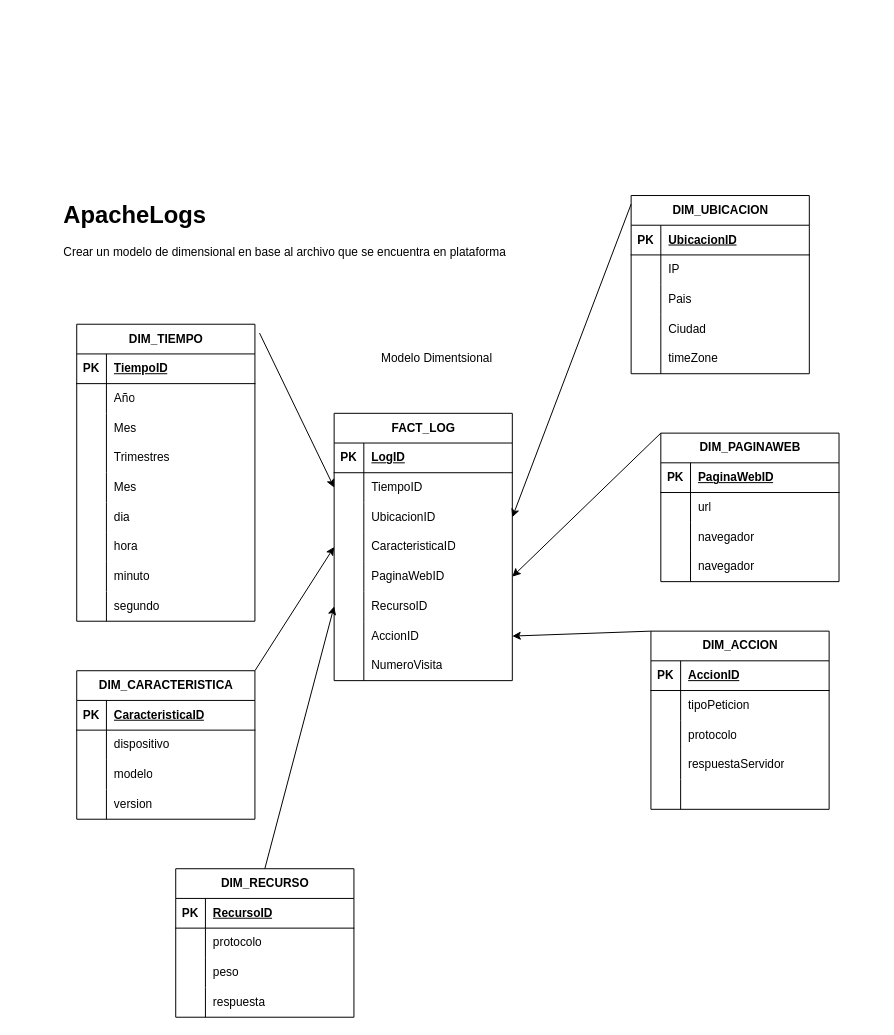
Above: apache_log.drawio in itslourdes/lourdesvaca (draw.io), before the change. Source tidied: cells renumbered, new cells numbered last; positions are measured from the earlier drawing's top-left corner, leaving out a move shared by most shapes. Both pictures are drawn from the tidied source at 99%, with x=0, y=0 at pixel (58, 195).
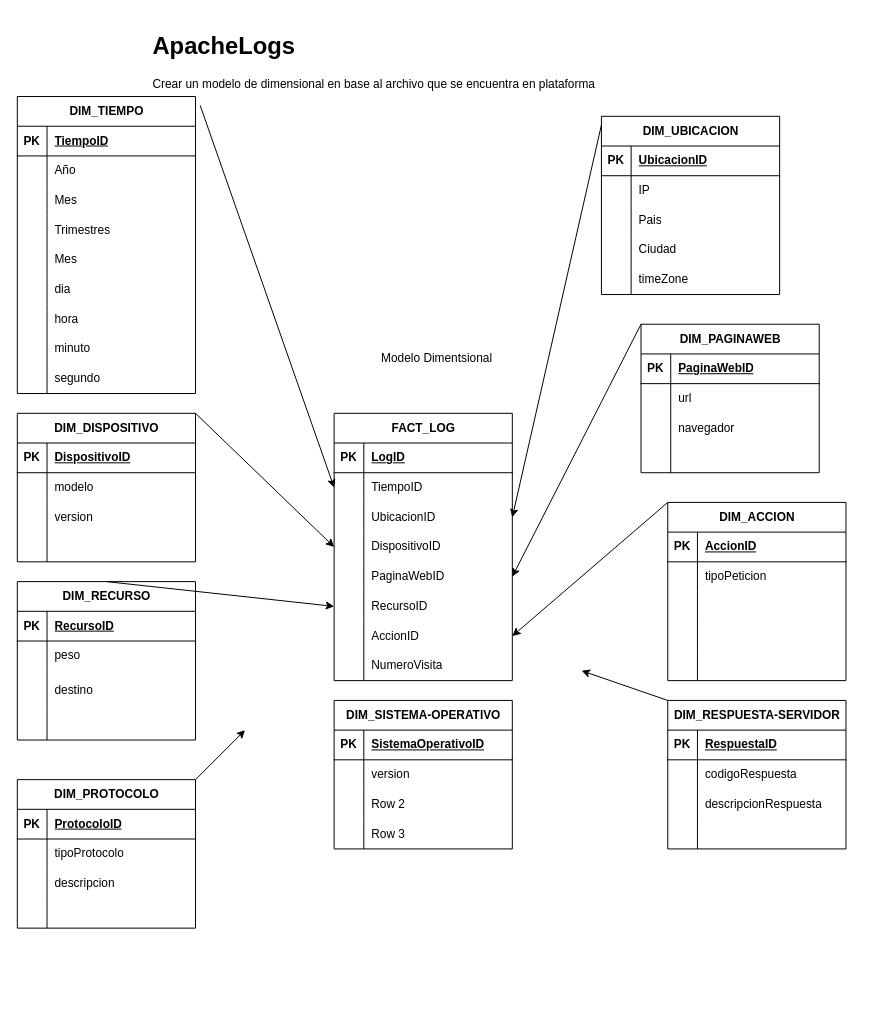
The same page after the edit.

The change refers to these unchanged cells:
```xml
<mxCell id="40" style="shape=tableRow;horizontal=0;startSize=0;swimlaneHead=0;swimlaneBody=0;fillColor=none;points=[[0,0.5],[1,0.5]];portConstraint=eastwest;top=0;left=0;right=0;bottom=0;" parent="30" vertex="1">
  <mxGeometry y="120" width="180" height="30" as="geometry" />
</mxCell>
<mxCell id="78" style="shape=tableRow;horizontal=0;startSize=0;swimlaneHead=0;swimlaneBody=0;fillColor=none;top=0;left=0;right=0;bottom=0;" parent="71" vertex="1">
  <mxGeometry y="90" width="180" height="30" as="geometry" />
</mxCell>
<mxCell id="81" style="shape=tableRow;horizontal=0;startSize=0;swimlaneHead=0;swimlaneBody=0;fillColor=none;top=0;left=0;right=0;bottom=0;" parent="71" vertex="1">
  <mxGeometry y="120" width="180" height="30" as="geometry" />
</mxCell>
<mxCell id="88" style="shape=tableRow;horizontal=0;startSize=0;swimlaneHead=0;swimlaneBody=0;fillColor=none;top=0;left=0;right=0;bottom=1;" parent="87" vertex="1">
  <mxGeometry y="30" width="180" height="30" as="geometry" />
</mxCell>
<mxCell id="91" style="shape=tableRow;horizontal=0;startSize=0;swimlaneHead=0;swimlaneBody=0;fillColor=none;top=0;left=0;right=0;bottom=0;" parent="87" vertex="1">
  <mxGeometry y="60" width="180" height="30" as="geometry" />
</mxCell>
<mxCell id="94" style="shape=tableRow;horizontal=0;startSize=0;swimlaneHead=0;swimlaneBody=0;fillColor=none;top=0;left=0;right=0;bottom=0;" parent="87" vertex="1">
  <mxGeometry y="90" width="180" height="30" as="geometry" />
</mxCell>
<mxCell id="97" style="shape=tableRow;horizontal=0;startSize=0;swimlaneHead=0;swimlaneBody=0;fillColor=none;top=0;left=0;right=0;bottom=0;" parent="87" vertex="1">
  <mxGeometry y="120" width="180" height="30" as="geometry" />
</mxCell>
<mxCell id="110" style="shape=tableRow;horizontal=0;startSize=0;swimlaneHead=0;swimlaneBody=0;fillColor=none;top=0;left=0;right=0;bottom=0;" parent="100" vertex="1">
  <mxGeometry y="120" width="180" height="30" as="geometry" />
</mxCell>
<mxCell id="124" style="shape=tableRow;horizontal=0;startSize=0;swimlaneHead=0;swimlaneBody=0;fillColor=none;top=0;left=0;right=0;bottom=0;" parent="120" vertex="1">
  <mxGeometry y="60" width="180" height="30" as="geometry" />
</mxCell>
```

Diff of the diagram source:
```diff
@@
     <mxCell id="2" value="DIM_TIEMPO" style="shape=table;startSize=30;childLayout=tableLayout;rowLines=0;fontStyle=1;align=center;html=1;" parent="1" vertex="1">
-      <mxGeometry x="18" y="130" width="180" height="300" as="geometry" />
+      <mxGeometry x="-42" y="-100" width="180" height="300" as="geometry" />
     </mxCell>
@@
-    <mxCell id="42" value="CaracteristicaID" style="shape=partialRectangle;fillColor=none;top=0;left=0;bottom=0;right=0;align=left;spacingLeft=6;overflow=hidden;whiteSpace=wrap;html=1;" parent="40" vertex="1">
+    <mxCell id="42" value="DispositivoID" style="shape=partialRectangle;fillColor=none;top=0;left=0;bottom=0;right=0;align=left;spacingLeft=6;overflow=hidden;whiteSpace=wrap;html=1;" parent="40" vertex="1">
       <mxGeometry x="30" width="150" height="30" as="geometry" />
     </mxCell>
@@
     <mxCell id="55" value="DIM_UBICACION" style="shape=table;startSize=30;childLayout=tableLayout;rowLines=0;fontStyle=1;align=center;html=1;" parent="1" vertex="1">
-      <mxGeometry x="578" width="180" height="180" as="geometry" />
+      <mxGeometry x="548" y="-80" width="180" height="180" as="geometry" />
     </mxCell>
@@
     <mxCell id="71" value="DIM_ACCION" style="shape=table;startSize=30;childLayout=tableLayout;rowLines=0;fontStyle=1;align=center;html=1;" parent="1" vertex="1">
-      <mxGeometry x="598" y="440" width="180" height="180" as="geometry" />
+      <mxGeometry x="615" y="310" width="180" height="180" as="geometry" />
     </mxCell>
@@
-    <mxCell id="80" value="protocolo" style="shape=partialRectangle;fillColor=none;top=0;left=0;bottom=0;right=0;align=left;spacingLeft=6;overflow=hidden;whiteSpace=wrap;html=1;" parent="78" vertex="1">
+    <mxCell id="80" style="shape=partialRectangle;fillColor=none;top=0;left=0;bottom=0;right=0;align=left;spacingLeft=6;overflow=hidden;whiteSpace=wrap;html=1;" parent="78" vertex="1">
       <mxGeometry x="30" width="150" height="30" as="geometry" />
     </mxCell>
@@
-    <mxCell id="83" value="respuestaServidor" style="shape=partialRectangle;fillColor=none;top=0;left=0;bottom=0;right=0;align=left;spacingLeft=6;overflow=hidden;whiteSpace=wrap;html=1;" parent="81" vertex="1">
+    <mxCell id="83" style="shape=partialRectangle;fillColor=none;top=0;left=0;bottom=0;right=0;align=left;spacingLeft=6;overflow=hidden;whiteSpace=wrap;html=1;" parent="81" vertex="1">
       <mxGeometry x="30" width="150" height="30" as="geometry" />
     </mxCell>
@@
-    <mxCell id="87" value="DIM_CARACTERISTICA" style="shape=table;startSize=30;childLayout=tableLayout;rowLines=0;fontStyle=1;align=center;html=1;" parent="1" vertex="1">
-      <mxGeometry x="18" y="480" width="180" height="150" as="geometry" />
+    <mxCell id="87" value="DIM_DISPOSITIVO" style="shape=table;startSize=30;childLayout=tableLayout;rowLines=0;fontStyle=1;align=center;html=1;" parent="1" vertex="1">
+      <mxGeometry x="-42" y="220" width="180" height="150" as="geometry" />
     </mxCell>
@@
-    <mxCell id="90" value="CaracteristicaID" style="shape=partialRectangle;fillColor=none;top=0;left=0;bottom=0;right=0;align=left;spacingLeft=6;fontStyle=5;overflow=hidden;whiteSpace=wrap;html=1;" parent="88" vertex="1">
+    <mxCell id="90" value="DispositivoID" style="shape=partialRectangle;fillColor=none;top=0;left=0;bottom=0;right=0;align=left;spacingLeft=6;fontStyle=5;overflow=hidden;whiteSpace=wrap;html=1;" parent="88" vertex="1">
       <mxGeometry x="30" width="150" height="30" as="geometry" />
     </mxCell>
@@
-    <mxCell id="93" value="dispositivo" style="shape=partialRectangle;fillColor=none;top=0;left=0;bottom=0;right=0;align=left;spacingLeft=6;overflow=hidden;whiteSpace=wrap;html=1;" parent="91" vertex="1">
+    <mxCell id="93" value="modelo" style="shape=partialRectangle;fillColor=none;top=0;left=0;bottom=0;right=0;align=left;spacingLeft=6;overflow=hidden;whiteSpace=wrap;html=1;" parent="91" vertex="1">
       <mxGeometry x="30" width="150" height="30" as="geometry" />
     </mxCell>
@@
-    <mxCell id="96" value="modelo" style="shape=partialRectangle;fillColor=none;top=0;left=0;bottom=0;right=0;align=left;spacingLeft=6;overflow=hidden;whiteSpace=wrap;html=1;" parent="94" vertex="1">
+    <mxCell id="96" value="version" style="shape=partialRectangle;fillColor=none;top=0;left=0;bottom=0;right=0;align=left;spacingLeft=6;overflow=hidden;whiteSpace=wrap;html=1;" parent="94" vertex="1">
       <mxGeometry x="30" width="150" height="30" as="geometry" />
     </mxCell>
@@
-    <mxCell id="99" value="version" style="shape=partialRectangle;fillColor=none;top=0;left=0;bottom=0;right=0;align=left;spacingLeft=6;overflow=hidden;whiteSpace=wrap;html=1;" parent="97" vertex="1">
+    <mxCell id="99" style="shape=partialRectangle;fillColor=none;top=0;left=0;bottom=0;right=0;align=left;spacingLeft=6;overflow=hidden;whiteSpace=wrap;html=1;" parent="97" vertex="1">
       <mxGeometry x="30" width="150" height="30" as="geometry" />
     </mxCell>
     <mxCell id="100" value="DIM_PAGINAWEB" style="shape=table;startSize=30;childLayout=tableLayout;rowLines=0;fontStyle=1;align=center;html=1;" parent="1" vertex="1">
-      <mxGeometry x="608" y="240" width="180" height="150" as="geometry" />
+      <mxGeometry x="588" y="130" width="180" height="150" as="geometry" />
     </mxCell>
@@
-    <mxCell id="112" value="navegador" style="shape=partialRectangle;fillColor=none;top=0;left=0;bottom=0;right=0;align=left;spacingLeft=6;overflow=hidden;whiteSpace=wrap;html=1;" parent="110" vertex="1">
+    <mxCell id="112" style="shape=partialRectangle;fillColor=none;top=0;left=0;bottom=0;right=0;align=left;spacingLeft=6;overflow=hidden;whiteSpace=wrap;html=1;" parent="110" vertex="1">
       <mxGeometry x="30" width="150" height="30" as="geometry" />
     </mxCell>
@@
     <mxCell id="119" value="&lt;h1&gt;ApacheLogs&lt;/h1&gt;&lt;p&gt;Crear un modelo de dimensional en base al archivo que se encuentra en plataforma&lt;/p&gt;" style="text;html=1;strokeColor=none;fillColor=none;spacing=5;spacingTop=-20;whiteSpace=wrap;overflow=hidden;rounded=0;" parent="1" vertex="1">
-      <mxGeometry width="736" height="120" as="geometry" />
+      <mxGeometry x="90" y="-170" width="736" height="120" as="geometry" />
     </mxCell>
     <mxCell id="120" value="DIM_RECURSO" style="shape=table;startSize=30;childLayout=tableLayout;rowLines=0;fontStyle=1;align=center;html=1;" parent="1" vertex="1">
-      <mxGeometry x="118" y="680" width="180" height="150" as="geometry" />
+      <mxGeometry x="-42" y="390" width="180" height="160" as="geometry" />
     </mxCell>
@@
-    <mxCell id="126" value="protocolo" style="shape=partialRectangle;fillColor=none;top=0;left=0;bottom=0;right=0;align=left;spacingLeft=6;overflow=hidden;whiteSpace=wrap;html=1;" parent="124" vertex="1">
+    <mxCell id="126" value="peso" style="shape=partialRectangle;fillColor=none;top=0;left=0;bottom=0;right=0;align=left;spacingLeft=6;overflow=hidden;whiteSpace=wrap;html=1;" parent="124" vertex="1">
       <mxGeometry x="30" width="150" height="30" as="geometry" />
     </mxCell>
     <mxCell id="127" style="shape=tableRow;horizontal=0;startSize=0;swimlaneHead=0;swimlaneBody=0;fillColor=none;top=0;left=0;right=0;bottom=0;" parent="120" vertex="1">
-      <mxGeometry y="90" width="180" height="30" as="geometry" />
+      <mxGeometry y="90" width="180" height="40" as="geometry" />
     </mxCell>
     <mxCell id="128" style="shape=partialRectangle;fillColor=none;top=0;left=0;bottom=0;right=0;overflow=hidden;whiteSpace=wrap;html=1;" parent="127" vertex="1">
-      <mxGeometry width="30" height="30" as="geometry" />
+      <mxGeometry width="30" height="40" as="geometry" />
     </mxCell>
-    <mxCell id="129" value="peso" style="shape=partialRectangle;fillColor=none;top=0;left=0;bottom=0;right=0;align=left;spacingLeft=6;overflow=hidden;whiteSpace=wrap;html=1;" parent="127" vertex="1">
-      <mxGeometry x="30" width="150" height="30" as="geometry" />
+    <mxCell id="129" value="destino" style="shape=partialRectangle;fillColor=none;top=0;left=0;bottom=0;right=0;align=left;spacingLeft=6;overflow=hidden;whiteSpace=wrap;html=1;" parent="127" vertex="1">
+      <mxGeometry x="30" width="150" height="40" as="geometry" />
     </mxCell>
     <mxCell id="130" style="shape=tableRow;horizontal=0;startSize=0;swimlaneHead=0;swimlaneBody=0;fillColor=none;top=0;left=0;right=0;bottom=0;" parent="120" vertex="1">
-      <mxGeometry y="120" width="180" height="30" as="geometry" />
+      <mxGeometry y="130" width="180" height="30" as="geometry" />
     </mxCell>
@@
-    <mxCell id="132" value="respuesta" style="shape=partialRectangle;fillColor=none;top=0;left=0;bottom=0;right=0;align=left;spacingLeft=6;overflow=hidden;whiteSpace=wrap;html=1;" parent="130" vertex="1">
+    <mxCell id="132" style="shape=partialRectangle;fillColor=none;top=0;left=0;bottom=0;right=0;align=left;spacingLeft=6;overflow=hidden;whiteSpace=wrap;html=1;" parent="130" vertex="1">
       <mxGeometry x="30" width="150" height="30" as="geometry" />
     </mxCell>
@@
+    <mxCell id="134" style="endArrow=classic;html=1;rounded=0;exitX=0;exitY=0;exitDx=0;exitDy=0;" parent="1" edge="1" source="149">
+      <mxGeometry relative="1" as="geometry">
+        <mxPoint x="528" y="480" as="targetPoint" />
+      </mxGeometry>
+    </mxCell>
+    <mxCell id="135" style="endArrow=classic;html=1;rounded=0;exitX=1;exitY=0;exitDx=0;exitDy=0;" parent="1" edge="1" source="136">
+      <mxGeometry relative="1" as="geometry">
+        <mxPoint x="188" y="540" as="targetPoint" />
+      </mxGeometry>
+    </mxCell>
+    <mxCell id="136" value="DIM_PROTOCOLO" style="shape=table;startSize=30;childLayout=tableLayout;rowLines=0;fontStyle=1;align=center;html=1;" parent="1" vertex="1">
+      <mxGeometry x="-42" y="590" width="180" height="150" as="geometry" />
+    </mxCell>
+    <mxCell id="137" style="shape=tableRow;horizontal=0;startSize=0;swimlaneHead=0;swimlaneBody=0;fillColor=none;top=0;left=0;right=0;bottom=1;" parent="136" vertex="1">
+      <mxGeometry y="30" width="180" height="30" as="geometry" />
+    </mxCell>
+    <mxCell id="138" value="PK" style="shape=partialRectangle;fillColor=none;top=0;left=0;bottom=0;right=0;fontStyle=1;overflow=hidden;whiteSpace=wrap;html=1;" parent="137" vertex="1">
+      <mxGeometry width="30" height="30" as="geometry" />
+    </mxCell>
+    <mxCell id="139" value="ProtocoloID" style="shape=partialRectangle;fillColor=none;top=0;left=0;bottom=0;right=0;align=left;spacingLeft=6;fontStyle=5;overflow=hidden;whiteSpace=wrap;html=1;" parent="137" vertex="1">
+      <mxGeometry x="30" width="150" height="30" as="geometry" />
+    </mxCell>
+    <mxCell id="140" style="shape=tableRow;horizontal=0;startSize=0;swimlaneHead=0;swimlaneBody=0;fillColor=none;top=0;left=0;right=0;bottom=0;" parent="136" vertex="1">
+      <mxGeometry y="60" width="180" height="30" as="geometry" />
+    </mxCell>
+    <mxCell id="141" style="shape=partialRectangle;fillColor=none;top=0;left=0;bottom=0;right=0;overflow=hidden;whiteSpace=wrap;html=1;" parent="140" vertex="1">
+      <mxGeometry width="30" height="30" as="geometry" />
+    </mxCell>
+    <mxCell id="142" value="tipoProtocolo" style="shape=partialRectangle;fillColor=none;top=0;left=0;bottom=0;right=0;align=left;spacingLeft=6;overflow=hidden;whiteSpace=wrap;html=1;" parent="140" vertex="1">
+      <mxGeometry x="30" width="150" height="30" as="geometry" />
+    </mxCell>
+    <mxCell id="143" style="shape=tableRow;horizontal=0;startSize=0;swimlaneHead=0;swimlaneBody=0;fillColor=none;top=0;left=0;right=0;bottom=0;" parent="136" vertex="1">
+      <mxGeometry y="90" width="180" height="30" as="geometry" />
+    </mxCell>
+    <mxCell id="144" style="shape=partialRectangle;fillColor=none;top=0;left=0;bottom=0;right=0;overflow=hidden;whiteSpace=wrap;html=1;" parent="143" vertex="1">
+      <mxGeometry width="30" height="30" as="geometry" />
+    </mxCell>
+    <mxCell id="145" value="descripcion" style="shape=partialRectangle;fillColor=none;top=0;left=0;bottom=0;right=0;align=left;spacingLeft=6;overflow=hidden;whiteSpace=wrap;html=1;" parent="143" vertex="1">
+      <mxGeometry x="30" width="150" height="30" as="geometry" />
+    </mxCell>
+    <mxCell id="146" style="shape=tableRow;horizontal=0;startSize=0;swimlaneHead=0;swimlaneBody=0;fillColor=none;top=0;left=0;right=0;bottom=0;" parent="136" vertex="1">
+      <mxGeometry y="120" width="180" height="30" as="geometry" />
+    </mxCell>
+    <mxCell id="147" style="shape=partialRectangle;fillColor=none;top=0;left=0;bottom=0;right=0;overflow=hidden;whiteSpace=wrap;html=1;" parent="146" vertex="1">
+      <mxGeometry width="30" height="30" as="geometry" />
+    </mxCell>
+    <mxCell id="148" style="shape=partialRectangle;fillColor=none;top=0;left=0;bottom=0;right=0;align=left;spacingLeft=6;overflow=hidden;whiteSpace=wrap;html=1;" parent="146" vertex="1">
+      <mxGeometry x="30" width="150" height="30" as="geometry" />
+    </mxCell>
+    <mxCell id="149" value="DIM_RESPUESTA-SERVIDOR" style="shape=table;startSize=30;childLayout=tableLayout;rowLines=0;fontStyle=1;align=center;html=1;" parent="1" vertex="1">
+      <mxGeometry x="615" y="510" width="180" height="150" as="geometry" />
+    </mxCell>
+    <mxCell id="150" style="shape=tableRow;horizontal=0;startSize=0;swimlaneHead=0;swimlaneBody=0;fillColor=none;top=0;left=0;right=0;bottom=1;" parent="149" vertex="1">
+      <mxGeometry y="30" width="180" height="30" as="geometry" />
+    </mxCell>
+    <mxCell id="151" value="PK" style="shape=partialRectangle;fillColor=none;top=0;left=0;bottom=0;right=0;fontStyle=1;overflow=hidden;whiteSpace=wrap;html=1;" parent="150" vertex="1">
+      <mxGeometry width="30" height="30" as="geometry" />
+    </mxCell>
+    <mxCell id="152" value="RespuestaID" style="shape=partialRectangle;fillColor=none;top=0;left=0;bottom=0;right=0;align=left;spacingLeft=6;fontStyle=5;overflow=hidden;whiteSpace=wrap;html=1;" parent="150" vertex="1">
+      <mxGeometry x="30" width="150" height="30" as="geometry" />
+    </mxCell>
+    <mxCell id="153" style="shape=tableRow;horizontal=0;startSize=0;swimlaneHead=0;swimlaneBody=0;fillColor=none;top=0;left=0;right=0;bottom=0;" parent="149" vertex="1">
+      <mxGeometry y="60" width="180" height="30" as="geometry" />
+    </mxCell>
+    <mxCell id="154" style="shape=partialRectangle;fillColor=none;top=0;left=0;bottom=0;right=0;overflow=hidden;whiteSpace=wrap;html=1;" parent="153" vertex="1">
+      <mxGeometry width="30" height="30" as="geometry" />
+    </mxCell>
+    <mxCell id="155" value="codigoRespuesta" style="shape=partialRectangle;fillColor=none;top=0;left=0;bottom=0;right=0;align=left;spacingLeft=6;overflow=hidden;whiteSpace=wrap;html=1;" parent="153" vertex="1">
+      <mxGeometry x="30" width="150" height="30" as="geometry" />
+    </mxCell>
+    <mxCell id="156" style="shape=tableRow;horizontal=0;startSize=0;swimlaneHead=0;swimlaneBody=0;fillColor=none;top=0;left=0;right=0;bottom=0;" parent="149" vertex="1">
+      <mxGeometry y="90" width="180" height="30" as="geometry" />
+    </mxCell>
+    <mxCell id="157" style="shape=partialRectangle;fillColor=none;top=0;left=0;bottom=0;right=0;overflow=hidden;whiteSpace=wrap;html=1;" parent="156" vertex="1">
+      <mxGeometry width="30" height="30" as="geometry" />
+    </mxCell>
+    <mxCell id="158" value="descripcionRespuesta" style="shape=partialRectangle;fillColor=none;top=0;left=0;bottom=0;right=0;align=left;spacingLeft=6;overflow=hidden;whiteSpace=wrap;html=1;" parent="156" vertex="1">
+      <mxGeometry x="30" width="150" height="30" as="geometry" />
+    </mxCell>
+    <mxCell id="159" style="shape=tableRow;horizontal=0;startSize=0;swimlaneHead=0;swimlaneBody=0;fillColor=none;top=0;left=0;right=0;bottom=0;" parent="149" vertex="1">
+      <mxGeometry y="120" width="180" height="30" as="geometry" />
+    </mxCell>
+    <mxCell id="160" style="shape=partialRectangle;fillColor=none;top=0;left=0;bottom=0;right=0;overflow=hidden;whiteSpace=wrap;html=1;" parent="159" vertex="1">
+      <mxGeometry width="30" height="30" as="geometry" />
+    </mxCell>
+    <mxCell id="161" style="shape=partialRectangle;fillColor=none;top=0;left=0;bottom=0;right=0;align=left;spacingLeft=6;overflow=hidden;whiteSpace=wrap;html=1;" parent="159" vertex="1">
+      <mxGeometry x="30" width="150" height="30" as="geometry" />
+    </mxCell>
+    <mxCell id="162" value="DIM_SISTEMA-OPERATIVO" style="shape=table;startSize=30;childLayout=tableLayout;rowLines=0;fontStyle=1;align=center;html=1;" parent="1" vertex="1">
+      <mxGeometry x="278" y="510" width="180" height="150" as="geometry" />
+    </mxCell>
+    <mxCell id="163" style="shape=tableRow;horizontal=0;startSize=0;swimlaneHead=0;swimlaneBody=0;fillColor=none;top=0;left=0;right=0;bottom=1;" parent="162" vertex="1">
+      <mxGeometry y="30" width="180" height="30" as="geometry" />
+    </mxCell>
+    <mxCell id="164" value="PK" style="shape=partialRectangle;fillColor=none;top=0;left=0;bottom=0;right=0;fontStyle=1;overflow=hidden;whiteSpace=wrap;html=1;" parent="163" vertex="1">
+      <mxGeometry width="30" height="30" as="geometry" />
+    </mxCell>
+    <mxCell id="165" value="SistemaOperativoID" style="shape=partialRectangle;fillColor=none;top=0;left=0;bottom=0;right=0;align=left;spacingLeft=6;fontStyle=5;overflow=hidden;whiteSpace=wrap;html=1;" parent="163" vertex="1">
+      <mxGeometry x="30" width="150" height="30" as="geometry" />
+    </mxCell>
+    <mxCell id="166" style="shape=tableRow;horizontal=0;startSize=0;swimlaneHead=0;swimlaneBody=0;fillColor=none;top=0;left=0;right=0;bottom=0;" parent="162" vertex="1">
+      <mxGeometry y="60" width="180" height="30" as="geometry" />
+    </mxCell>
+    <mxCell id="167" style="shape=partialRectangle;fillColor=none;top=0;left=0;bottom=0;right=0;overflow=hidden;whiteSpace=wrap;html=1;" parent="166" vertex="1">
+      <mxGeometry width="30" height="30" as="geometry" />
+    </mxCell>
+    <mxCell id="168" value="version" style="shape=partialRectangle;fillColor=none;top=0;left=0;bottom=0;right=0;align=left;spacingLeft=6;overflow=hidden;whiteSpace=wrap;html=1;" parent="166" vertex="1">
+      <mxGeometry x="30" width="150" height="30" as="geometry" />
+    </mxCell>
+    <mxCell id="169" style="shape=tableRow;horizontal=0;startSize=0;swimlaneHead=0;swimlaneBody=0;fillColor=none;top=0;left=0;right=0;bottom=0;" parent="162" vertex="1">
+      <mxGeometry y="90" width="180" height="30" as="geometry" />
+    </mxCell>
+    <mxCell id="170" style="shape=partialRectangle;fillColor=none;top=0;left=0;bottom=0;right=0;overflow=hidden;whiteSpace=wrap;html=1;" parent="169" vertex="1">
+      <mxGeometry width="30" height="30" as="geometry" />
+    </mxCell>
+    <mxCell id="171" value="Row 2" style="shape=partialRectangle;fillColor=none;top=0;left=0;bottom=0;right=0;align=left;spacingLeft=6;overflow=hidden;whiteSpace=wrap;html=1;" parent="169" vertex="1">
+      <mxGeometry x="30" width="150" height="30" as="geometry" />
+    </mxCell>
+    <mxCell id="172" style="shape=tableRow;horizontal=0;startSize=0;swimlaneHead=0;swimlaneBody=0;fillColor=none;top=0;left=0;right=0;bottom=0;" parent="162" vertex="1">
+      <mxGeometry y="120" width="180" height="30" as="geometry" />
+    </mxCell>
+    <mxCell id="173" style="shape=partialRectangle;fillColor=none;top=0;left=0;bottom=0;right=0;overflow=hidden;whiteSpace=wrap;html=1;" parent="172" vertex="1">
+      <mxGeometry width="30" height="30" as="geometry" />
+    </mxCell>
+    <mxCell id="174" value="Row 3" style="shape=partialRectangle;fillColor=none;top=0;left=0;bottom=0;right=0;align=left;spacingLeft=6;overflow=hidden;whiteSpace=wrap;html=1;" parent="172" vertex="1">
+      <mxGeometry x="30" width="150" height="30" as="geometry" />
+    </mxCell>
```
